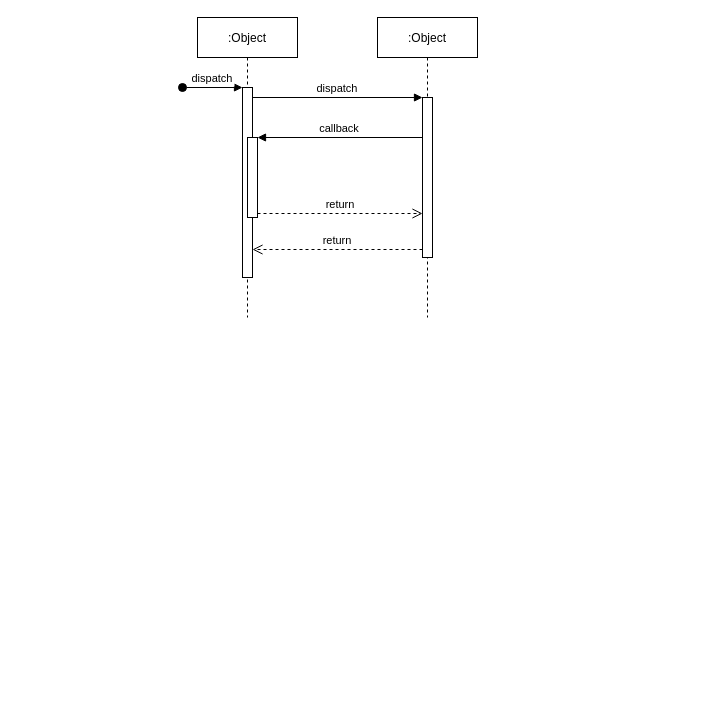
Earlier version of the draw.io diagram draw/work/文件系统.drawio (HeisenbergV/node). Source tidied: cells renumbered, new cells numbered last; positions are measured from the earlier drawing's top-left corner, leaving out a move shared by most shapes. Both pictures are drawn from the tidied source at 100%, with x=0, y=0 at pixel (182, 17).
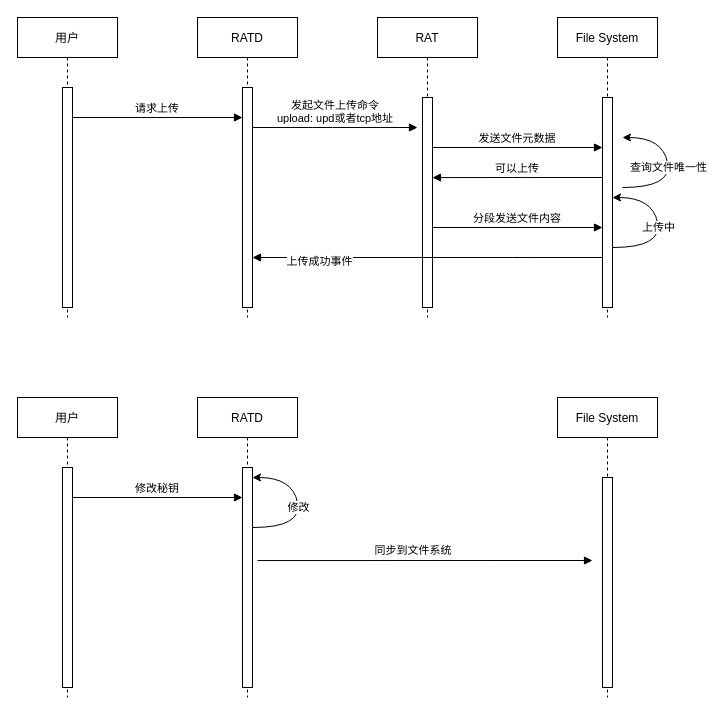
The same page after the edit.

Commit message:
更新文件系统.drawio

What changed in the source:
```diff
@@
-    <mxCell id="2" value=":Object" style="shape=umlLifeline;perimeter=lifelinePerimeter;rounded=0;shadow=0;strokeWidth=1;" parent="1" vertex="1">
+    <mxCell id="2" value="RATD" style="shape=umlLifeline;perimeter=lifelinePerimeter;rounded=0;shadow=0;strokeWidth=1;" parent="1" vertex="1">
       <mxGeometry x="15" width="100" height="300" as="geometry" />
     </mxCell>
     <mxCell id="3" style="points=[];perimeter=orthogonalPerimeter;rounded=0;shadow=0;strokeWidth=1;" parent="2" vertex="1">
-      <mxGeometry x="45" y="70" width="10" height="190" as="geometry" />
+      <mxGeometry x="45" y="70" width="10" height="220" as="geometry" />
     </mxCell>
-    <mxCell id="4" value="dispatch" style="verticalAlign=bottom;startArrow=oval;endArrow=block;startSize=8;shadow=0;strokeWidth=1;" parent="2" edge="1" target="3">
-      <mxGeometry relative="1" as="geometry">
-        <mxPoint x="-15" y="70" as="sourcePoint" />
-      </mxGeometry>
-    </mxCell>
-    <mxCell id="5" style="points=[];perimeter=orthogonalPerimeter;rounded=0;shadow=0;strokeWidth=1;" parent="2" vertex="1">
-      <mxGeometry x="50" y="120" width="10" height="80" as="geometry" />
-    </mxCell>
-    <mxCell id="6" value=":Object" style="shape=umlLifeline;perimeter=lifelinePerimeter;rounded=0;shadow=0;strokeWidth=1;" parent="1" vertex="1">
+    <mxCell id="6" value="RAT" style="shape=umlLifeline;perimeter=lifelinePerimeter;rounded=0;shadow=0;strokeWidth=1;" parent="1" vertex="1">
       <mxGeometry x="195" width="100" height="300" as="geometry" />
     </mxCell>
     <mxCell id="7" style="points=[];perimeter=orthogonalPerimeter;rounded=0;shadow=0;strokeWidth=1;" parent="6" vertex="1">
-      <mxGeometry x="45" y="80" width="10" height="160" as="geometry" />
+      <mxGeometry x="45" y="80" width="10" height="210" as="geometry" />
     </mxCell>
-    <mxCell id="8" value="return" style="verticalAlign=bottom;endArrow=open;dashed=1;endSize=8;exitX=0;exitY=0.95;shadow=0;strokeWidth=1;" parent="1" edge="1" source="7" target="3">
-      <mxGeometry relative="1" as="geometry" />
-    </mxCell>
-    <mxCell id="9" value="dispatch" style="verticalAlign=bottom;endArrow=block;entryX=0;entryY=0;shadow=0;strokeWidth=1;" parent="1" edge="1" source="3" target="7">
-      <mxGeometry relative="1" as="geometry" />
+    <mxCell id="9" value="发起文件上传命令&#10;upload: upd或者tcp地址" style="verticalAlign=bottom;endArrow=block;shadow=0;strokeWidth=1;" parent="1" edge="1" source="3">
+      <mxGeometry relative="1" as="geometry">
+        <mxPoint x="235" y="110" as="targetPoint" />
+        <Array as="points">
+          <mxPoint x="140" y="110" />
+        </Array>
+      </mxGeometry>
     </mxCell>
-    <mxCell id="10" value="callback" style="verticalAlign=bottom;endArrow=block;entryX=1;entryY=0;shadow=0;strokeWidth=1;" parent="1" edge="1" source="7" target="5">
-      <mxGeometry relative="1" as="geometry" />
-    </mxCell>
-    <mxCell id="11" value="return" style="verticalAlign=bottom;endArrow=open;dashed=1;endSize=8;exitX=1;exitY=0.95;shadow=0;strokeWidth=1;" parent="1" edge="1" source="5" target="7">
-      <mxGeometry relative="1" as="geometry" />
-    </mxCell>
+    <mxCell id="12" value="File System" style="shape=umlLifeline;perimeter=lifelinePerimeter;rounded=0;shadow=0;strokeWidth=1;" parent="1" vertex="1">
+      <mxGeometry x="375" width="100" height="300" as="geometry" />
+    </mxCell>
+    <mxCell id="13" style="perimeter=orthogonalPerimeter;rounded=0;shadow=0;strokeWidth=1;" parent="12" vertex="1">
+      <mxGeometry x="45" y="80" width="10" height="210" as="geometry" />
+    </mxCell>
+    <mxCell id="14" value="上传中" style="curved=1;endArrow=classic;html=1;" parent="12" edge="1">
+      <mxGeometry relative="1" as="geometry">
+        <mxPoint x="55" y="230" as="sourcePoint" />
+        <mxPoint x="55" y="180" as="targetPoint" />
+        <Array as="points">
+          <mxPoint x="105" y="230" />
+          <mxPoint x="95" y="180" />
+          <mxPoint x="55" y="180" />
+        </Array>
+      </mxGeometry>
+    </mxCell>
+    <mxCell id="15" value="用户" style="shape=umlLifeline;perimeter=lifelinePerimeter;rounded=0;shadow=0;strokeWidth=1;" parent="1" vertex="1">
+      <mxGeometry x="-165" width="100" height="300" as="geometry" />
+    </mxCell>
+    <mxCell id="16" style="perimeter=orthogonalPerimeter;rounded=0;shadow=0;strokeWidth=1;" parent="15" vertex="1">
+      <mxGeometry x="45" y="70" width="10" height="220" as="geometry" />
+    </mxCell>
+    <mxCell id="17" value="请求上传" style="verticalAlign=bottom;endArrow=block;entryX=0;entryY=0;shadow=0;strokeWidth=1;" parent="1" edge="1">
+      <mxGeometry relative="1" as="geometry">
+        <mxPoint x="-110" y="100" as="sourcePoint" />
+        <mxPoint x="60" y="100" as="targetPoint" />
+      </mxGeometry>
+    </mxCell>
+    <mxCell id="18" value="发送文件元数据" style="verticalAlign=bottom;endArrow=block;entryX=0;entryY=0;shadow=0;strokeWidth=1;" parent="1" edge="1">
+      <mxGeometry relative="1" as="geometry">
+        <mxPoint x="250" y="130" as="sourcePoint" />
+        <mxPoint x="420" y="130" as="targetPoint" />
+      </mxGeometry>
+    </mxCell>
+    <mxCell id="19" value="可以上传" style="verticalAlign=bottom;endArrow=block;entryX=1;entryY=0.474;shadow=0;strokeWidth=1;entryDx=0;entryDy=0;entryPerimeter=0;" parent="1" edge="1">
+      <mxGeometry relative="1" as="geometry">
+        <mxPoint x="420" y="160" as="sourcePoint" />
+        <mxPoint x="250" y="160.1" as="targetPoint" />
+        <Array as="points">
+          <mxPoint x="340" y="160" />
+        </Array>
+      </mxGeometry>
+    </mxCell>
+    <mxCell id="20" value="分段发送文件内容" style="verticalAlign=bottom;endArrow=block;entryX=0;entryY=0;shadow=0;strokeWidth=1;" parent="1" edge="1">
+      <mxGeometry relative="1" as="geometry">
+        <mxPoint x="250" y="210" as="sourcePoint" />
+        <mxPoint x="420" y="210" as="targetPoint" />
+      </mxGeometry>
+    </mxCell>
+    <mxCell id="21" value="查询文件唯一性" style="curved=1;endArrow=classic;html=1;" parent="1" edge="1">
+      <mxGeometry relative="1" as="geometry">
+        <mxPoint x="440" y="170" as="sourcePoint" />
+        <mxPoint x="440" y="120" as="targetPoint" />
+        <Array as="points">
+          <mxPoint x="490" y="170" />
+          <mxPoint x="480" y="120" />
+          <mxPoint x="440" y="120" />
+        </Array>
+      </mxGeometry>
+    </mxCell>
+    <mxCell id="22" style="verticalAlign=bottom;endArrow=block;shadow=0;strokeWidth=1;" parent="1" edge="1" target="3">
+      <mxGeometry relative="1" as="geometry">
+        <mxPoint x="420" y="240" as="sourcePoint" />
+        <Array as="points">
+          <mxPoint x="340" y="240" />
+        </Array>
+      </mxGeometry>
+    </mxCell>
+    <mxCell id="23" value="上传成功事件" style="edgeLabel;html=1;align=center;verticalAlign=middle;" parent="22" vertex="1">
+      <mxGeometry x="0.62" y="3" relative="1" as="geometry" />
+    </mxCell>
+    <mxCell id="24" value="RATD" style="shape=umlLifeline;perimeter=lifelinePerimeter;rounded=0;shadow=0;strokeWidth=1;" parent="1" vertex="1">
+      <mxGeometry x="15" y="380" width="100" height="300" as="geometry" />
+    </mxCell>
+    <mxCell id="25" style="points=[];perimeter=orthogonalPerimeter;rounded=0;shadow=0;strokeWidth=1;" parent="24" vertex="1">
+      <mxGeometry x="45" y="70" width="10" height="220" as="geometry" />
+    </mxCell>
+    <mxCell id="26" value="同步到文件系统" style="verticalAlign=bottom;endArrow=block;shadow=0;strokeWidth=1;exitX=1.5;exitY=0.423;exitDx=0;exitDy=0;exitPerimeter=0;" parent="1" edge="1" source="25">
+      <mxGeometry x="-0.07" y="1" relative="1" as="geometry">
+        <mxPoint x="410" y="543" as="targetPoint" />
+      </mxGeometry>
+    </mxCell>
+    <mxCell id="27" value="File System" style="shape=umlLifeline;perimeter=lifelinePerimeter;rounded=0;shadow=0;strokeWidth=1;" parent="1" vertex="1">
+      <mxGeometry x="375" y="380" width="100" height="300" as="geometry" />
+    </mxCell>
+    <mxCell id="28" style="perimeter=orthogonalPerimeter;rounded=0;shadow=0;strokeWidth=1;" parent="27" vertex="1">
+      <mxGeometry x="45" y="80" width="10" height="210" as="geometry" />
+    </mxCell>
+    <mxCell id="29" value="用户" style="shape=umlLifeline;perimeter=lifelinePerimeter;rounded=0;shadow=0;strokeWidth=1;" parent="1" vertex="1">
+      <mxGeometry x="-165" y="380" width="100" height="300" as="geometry" />
+    </mxCell>
+    <mxCell id="30" style="perimeter=orthogonalPerimeter;rounded=0;shadow=0;strokeWidth=1;" parent="29" vertex="1">
+      <mxGeometry x="45" y="70" width="10" height="220" as="geometry" />
+    </mxCell>
+    <mxCell id="31" value="修改秘钥" style="verticalAlign=bottom;endArrow=block;entryX=0;entryY=0;shadow=0;strokeWidth=1;" parent="1" edge="1">
+      <mxGeometry relative="1" as="geometry">
+        <mxPoint x="-110" y="480" as="sourcePoint" />
+        <mxPoint x="60" y="480" as="targetPoint" />
+      </mxGeometry>
+    </mxCell>
+    <mxCell id="32" value="修改" style="curved=1;endArrow=classic;html=1;" parent="1" edge="1">
+      <mxGeometry relative="1" as="geometry">
+        <mxPoint x="70" y="510" as="sourcePoint" />
+        <mxPoint x="70" y="460" as="targetPoint" />
+        <Array as="points">
+          <mxPoint x="120" y="510" />
+          <mxPoint x="110" y="460" />
+          <mxPoint x="70" y="460" />
+        </Array>
+      </mxGeometry>
+    </mxCell>
```
